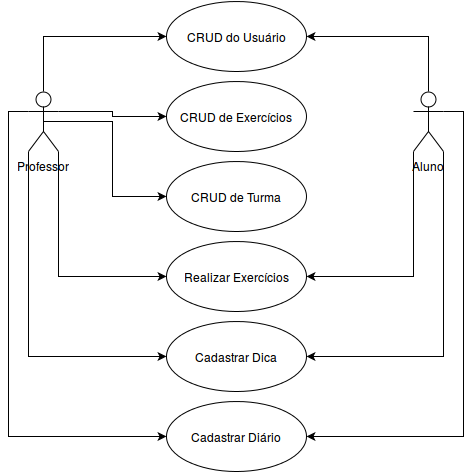
Above: sistemadicas.png in gustavoCorreiaGonzalez/artigo-tcc (draw.io), before the change. Source tidied: cells renumbered, new cells last; positions are measured from the earlier drawing's top-left corner, leaving out a move shared by most shapes.
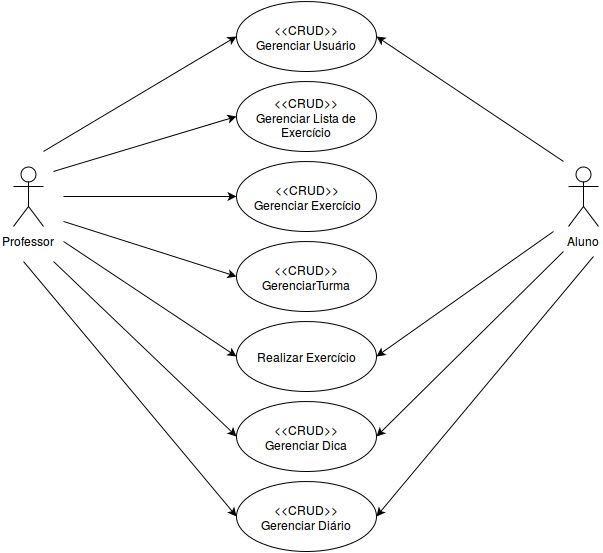
The same diagram one commit later.

Diff of the diagram source:
```diff
@@ -3,58 +3,86 @@
     <mxCell id="0" />
     <mxCell id="1" parent="0" />
     <mxCell id="2" value="Professor&lt;br&gt;" style="shape=umlActor;verticalLabelPosition=bottom;labelBackgroundColor=#ffffff;verticalAlign=top;html=1;" parent="1" vertex="1">
-      <mxGeometry y="90" width="30" height="60" as="geometry" />
+      <mxGeometry x="-85" y="85" width="30" height="60" as="geometry" />
     </mxCell>
     <mxCell id="3" value="Aluno&lt;br&gt;" style="shape=umlActor;verticalLabelPosition=bottom;labelBackgroundColor=#ffffff;verticalAlign=top;html=1;" parent="1" vertex="1">
-      <mxGeometry x="385" y="90" width="30" height="60" as="geometry" />
+      <mxGeometry x="470" y="85" width="30" height="60" as="geometry" />
     </mxCell>
-    <mxCell id="4" value="CRUD do Usuário&lt;br&gt;" style="ellipse;whiteSpace=wrap;html=1;" parent="1" vertex="1">
-      <mxGeometry x="138" width="140" height="70" as="geometry" />
+    <mxCell id="4" value="&amp;lt;&amp;lt;CRUD&amp;gt;&amp;gt;&lt;br&gt;Gerenciar Usuário&lt;br&gt;" style="ellipse;whiteSpace=wrap;html=1;" parent="1" vertex="1">
+      <mxGeometry x="138" y="-80" width="140" height="70" as="geometry" />
     </mxCell>
-    <mxCell id="5" value="CRUD de Exercícios&lt;br&gt;" style="ellipse;whiteSpace=wrap;html=1;" parent="1" vertex="1">
+    <mxCell id="5" value="&amp;lt;&amp;lt;CRUD&amp;gt;&amp;gt;&lt;br&gt;Gerenciar Exercício" style="ellipse;whiteSpace=wrap;html=1;" parent="1" vertex="1">
       <mxGeometry x="138" y="80" width="140" height="70" as="geometry" />
     </mxCell>
-    <mxCell id="6" value="CRUD de Turma&lt;br&gt;" style="ellipse;whiteSpace=wrap;html=1;" parent="1" vertex="1">
+    <mxCell id="6" value="&amp;lt;&amp;lt;CRUD&amp;gt;&amp;gt;&lt;br&gt;GerenciarTurma&lt;br&gt;" style="ellipse;whiteSpace=wrap;html=1;" parent="1" vertex="1">
       <mxGeometry x="138" y="160" width="140" height="70" as="geometry" />
     </mxCell>
-    <mxCell id="7" value="Realizar Exercícios&lt;br&gt;" style="ellipse;whiteSpace=wrap;html=1;" parent="1" vertex="1">
+    <mxCell id="7" value="Realizar Exercício&lt;br&gt;" style="ellipse;whiteSpace=wrap;html=1;" parent="1" vertex="1">
       <mxGeometry x="138" y="240" width="140" height="70" as="geometry" />
     </mxCell>
-    <mxCell id="8" value="Cadastrar Dica&lt;br&gt;" style="ellipse;whiteSpace=wrap;html=1;" parent="1" vertex="1">
+    <mxCell id="8" value="&amp;lt;&amp;lt;CRUD&amp;gt;&amp;gt;&lt;br&gt;Gerenciar Dica&lt;br&gt;" style="ellipse;whiteSpace=wrap;html=1;" parent="1" vertex="1">
       <mxGeometry x="138" y="320" width="140" height="70" as="geometry" />
     </mxCell>
-    <mxCell id="9" value="Cadastrar Diário&lt;br&gt;" style="ellipse;whiteSpace=wrap;html=1;" parent="1" vertex="1">
+    <mxCell id="9" value="&amp;lt;&amp;lt;CRUD&amp;gt;&amp;gt;&lt;br&gt;Gerenciar Diário&lt;br&gt;" style="ellipse;whiteSpace=wrap;html=1;" parent="1" vertex="1">
       <mxGeometry x="138" y="400" width="140" height="70" as="geometry" />
     </mxCell>
-    <mxCell id="10" style="edgeStyle=orthogonalEdgeStyle;rounded=0;html=1;exitX=0.5;exitY=0;exitPerimeter=0;entryX=0;entryY=0.5;endArrow=classic;endFill=1;jettySize=auto;" parent="1" edge="1" source="2" target="4">
-      <mxGeometry relative="1" as="geometry" />
-    </mxCell>
-    <mxCell id="11" style="edgeStyle=orthogonalEdgeStyle;rounded=0;html=1;exitX=0.5;exitY=0;exitPerimeter=0;entryX=1;entryY=0.5;endArrow=classic;endFill=1;jettySize=auto;" parent="1" edge="1" source="3" target="4">
-      <mxGeometry relative="1" as="geometry" />
-    </mxCell>
-    <mxCell id="12" style="edgeStyle=orthogonalEdgeStyle;rounded=0;html=1;exitX=0;exitY=1;exitPerimeter=0;entryX=1;entryY=0.5;endArrow=classic;endFill=1;jettySize=auto;" parent="1" edge="1" source="3" target="7">
-      <mxGeometry relative="1" as="geometry" />
-    </mxCell>
-    <mxCell id="13" style="edgeStyle=orthogonalEdgeStyle;rounded=0;html=1;exitX=1;exitY=1;exitPerimeter=0;entryX=1;entryY=0.5;endArrow=classic;endFill=1;jettySize=auto;" parent="1" edge="1" source="3" target="8">
-      <mxGeometry relative="1" as="geometry" />
-    </mxCell>
-    <mxCell id="14" style="edgeStyle=orthogonalEdgeStyle;rounded=0;html=1;exitX=1;exitY=0.3333333333333333;exitPerimeter=0;entryX=1;entryY=0.5;endArrow=classic;endFill=1;jettySize=auto;" parent="1" edge="1" source="3" target="9">
-      <mxGeometry relative="1" as="geometry" />
-    </mxCell>
-    <mxCell id="15" style="edgeStyle=orthogonalEdgeStyle;rounded=0;html=1;exitX=1;exitY=0.3333333333333333;exitPerimeter=0;entryX=0;entryY=0.5;endArrow=classic;endFill=1;jettySize=auto;" parent="1" edge="1" source="2" target="5">
-      <mxGeometry relative="1" as="geometry" />
-    </mxCell>
-    <mxCell id="16" style="edgeStyle=orthogonalEdgeStyle;rounded=0;html=1;exitX=0.5;exitY=0.5;exitPerimeter=0;entryX=0;entryY=0.5;endArrow=classic;endFill=1;jettySize=auto;" parent="1" edge="1" source="2" target="6">
-      <mxGeometry relative="1" as="geometry" />
-    </mxCell>
-    <mxCell id="17" style="edgeStyle=orthogonalEdgeStyle;rounded=0;html=1;exitX=1;exitY=1;exitPerimeter=0;entryX=0;entryY=0.5;endArrow=classic;endFill=1;jettySize=auto;" parent="1" edge="1" source="2" target="7">
-      <mxGeometry relative="1" as="geometry" />
-    </mxCell>
-    <mxCell id="18" style="edgeStyle=orthogonalEdgeStyle;rounded=0;html=1;exitX=0;exitY=1;exitPerimeter=0;entryX=0;entryY=0.5;endArrow=classic;endFill=1;jettySize=auto;" parent="1" edge="1" source="2" target="8">
-      <mxGeometry relative="1" as="geometry" />
-    </mxCell>
-    <mxCell id="19" style="edgeStyle=orthogonalEdgeStyle;rounded=0;html=1;exitX=0;exitY=0.3333333333333333;exitPerimeter=0;entryX=0;entryY=0.5;endArrow=classic;endFill=1;jettySize=auto;" parent="1" edge="1" source="2" target="9">
-      <mxGeometry relative="1" as="geometry" />
-    </mxCell>
+    <mxCell id="20" style="endArrow=classic;html=1;entryX=0;entryY=0.5;" parent="1" edge="1" target="4">
+      <mxGeometry relative="1" as="geometry">
+        <mxPoint x="-55" y="70" as="sourcePoint" />
+      </mxGeometry>
+    </mxCell>
+    <mxCell id="21" style="endArrow=classic;html=1;entryX=0;entryY=0.5;" parent="1" edge="1" target="5">
+      <mxGeometry x="260" y="75" as="geometry">
+        <mxPoint x="-35" y="115" as="sourcePoint" />
+      </mxGeometry>
+    </mxCell>
+    <mxCell id="22" style="endArrow=classic;html=1;entryX=0;entryY=0.5;" parent="1" edge="1" target="6">
+      <mxGeometry x="270" y="85" as="geometry">
+        <mxPoint x="-35" y="140" as="sourcePoint" />
+      </mxGeometry>
+    </mxCell>
+    <mxCell id="23" style="endArrow=classic;html=1;entryX=0;entryY=0.5;" parent="1" edge="1" target="7">
+      <mxGeometry x="280" y="95" as="geometry">
+        <mxPoint x="-35" y="160" as="sourcePoint" />
+      </mxGeometry>
+    </mxCell>
+    <mxCell id="24" style="endArrow=classic;html=1;entryX=0;entryY=0.5;" parent="1" edge="1" target="8">
+      <mxGeometry x="290" y="105" as="geometry">
+        <mxPoint x="-45" y="180" as="sourcePoint" />
+      </mxGeometry>
+    </mxCell>
+    <mxCell id="25" style="endArrow=classic;html=1;entryX=0;entryY=0.5;" parent="1" edge="1" target="9">
+      <mxGeometry x="300" y="115" as="geometry">
+        <mxPoint x="-75" y="180" as="sourcePoint" />
+      </mxGeometry>
+    </mxCell>
+    <mxCell id="26" value="&amp;lt;&amp;lt;CRUD&amp;gt;&amp;gt;&lt;br&gt;Gerenciar Lista de Exercício&lt;br&gt;" style="ellipse;whiteSpace=wrap;html=1;" parent="1" vertex="1">
+      <mxGeometry x="138" width="140" height="70" as="geometry" />
+    </mxCell>
+    <mxCell id="27" style="endArrow=classic;html=1;entryX=0;entryY=0.5;" parent="1" edge="1" target="26">
+      <mxGeometry x="170" y="95" as="geometry">
+        <mxPoint x="-45" y="90" as="sourcePoint" />
+      </mxGeometry>
+    </mxCell>
+    <mxCell id="28" style="endArrow=classic;html=1;entryX=1;entryY=0.5;" parent="1" edge="1" target="4">
+      <mxGeometry x="607" y="105" as="geometry">
+        <mxPoint x="465" y="80" as="sourcePoint" />
+      </mxGeometry>
+    </mxCell>
+    <mxCell id="29" style="endArrow=classic;html=1;entryX=1;entryY=0.5;" parent="1" edge="1" target="7">
+      <mxGeometry x="617" y="115" as="geometry">
+        <mxPoint x="455" y="150" as="sourcePoint" />
+      </mxGeometry>
+    </mxCell>
+    <mxCell id="30" style="endArrow=classic;html=1;entryX=1;entryY=0.5;" parent="1" edge="1" target="8">
+      <mxGeometry x="627" y="125" as="geometry">
+        <mxPoint x="465" y="170" as="sourcePoint" />
+      </mxGeometry>
+    </mxCell>
+    <mxCell id="31" style="endArrow=classic;html=1;entryX=1;entryY=0.5;" parent="1" edge="1" target="9">
+      <mxGeometry x="637" y="135" as="geometry">
+        <mxPoint x="495" y="175" as="sourcePoint" />
+      </mxGeometry>
+    </mxCell>
   </root>
 </mxGraphModel>
```
